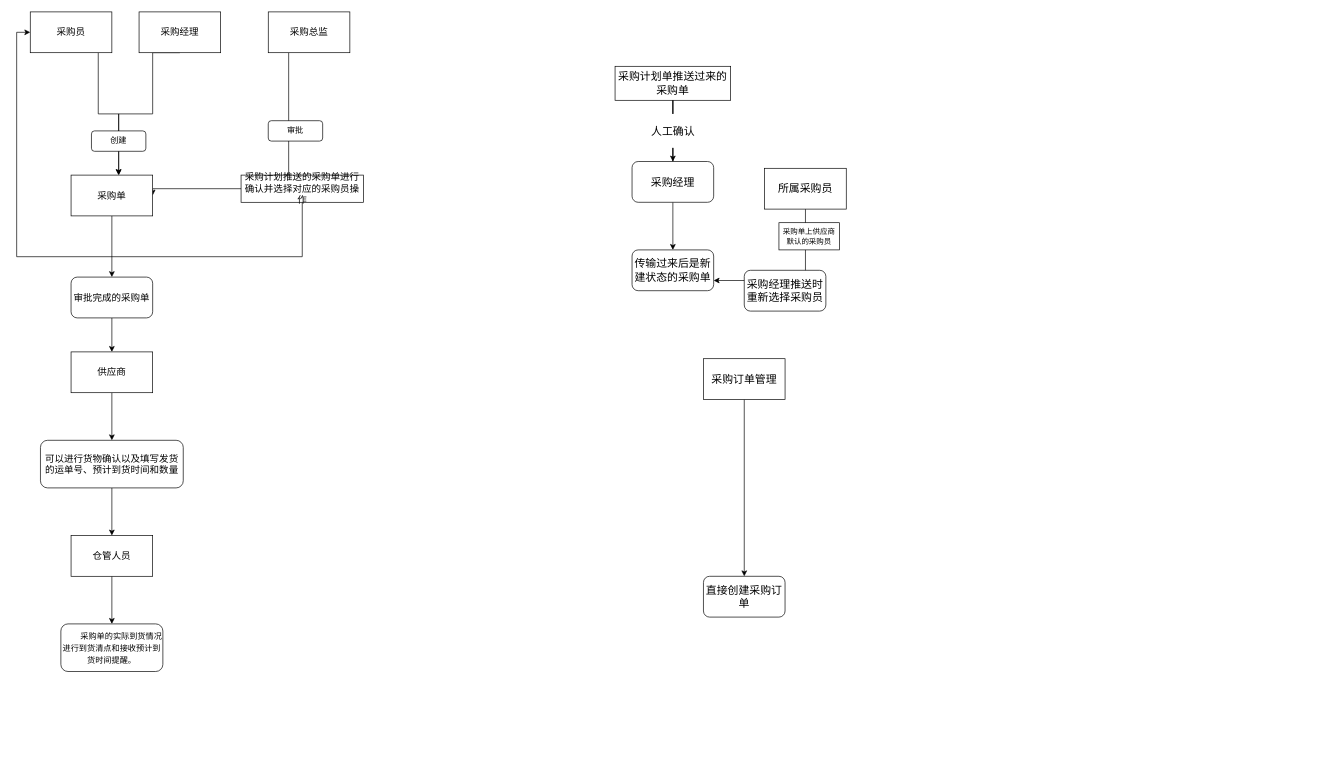
Above: 采购中心.drawio in luck1020/diagrams (draw.io), before the change. Source tidied: cells renumbered, new cells numbered last; positions are measured from the earlier drawing's top-left corner, leaving out a move shared by most shapes. Both pictures are drawn from the tidied source at 68%, with x=0, y=0 at pixel (16, 12).
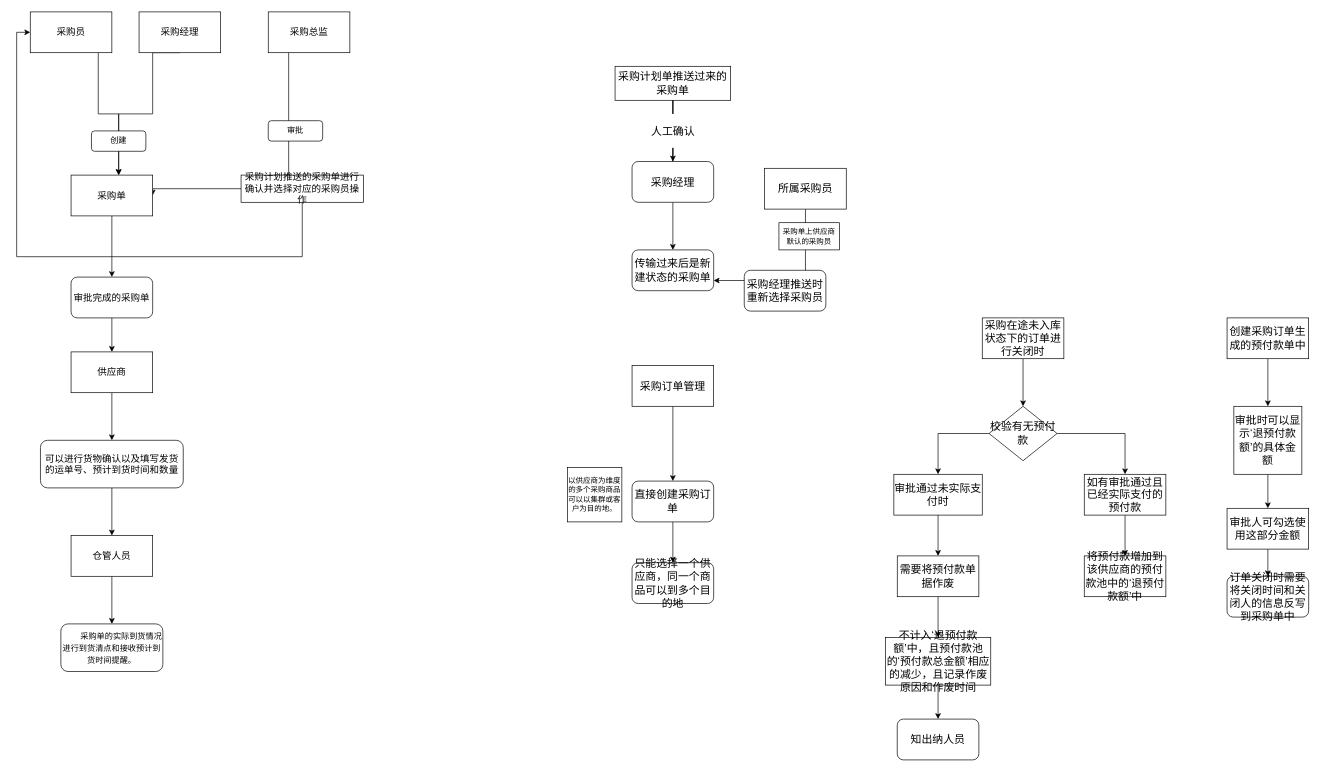
Above is the later version.

Commit message:
更新采购中心.drawio

The edit, as a diff of the source:
```diff
@@
     <mxCell id="35" value="&lt;p class=&quot;MsoNormal&quot;&gt;&lt;span style=&quot;mso-spacerun:'yes';font-family:宋体;font-size:12.0000pt;&lt;br/&gt;mso-font-kerning:1.0000pt;&quot;&gt;采购订单管理&lt;/span&gt;&lt;/p&gt;" style="rounded=0;whiteSpace=wrap;html=1;fontSize=11;" parent="1" vertex="1">
-      <mxGeometry x="1010" y="510" width="120" height="60" as="geometry" />
+      <mxGeometry x="905" y="520" width="120" height="60" as="geometry" />
     </mxCell>
+    <mxCell id="37" style="edgeStyle=orthogonalEdgeStyle;rounded=0;jettySize=auto;html=1;fontSize=11;" parent="1" edge="1" source="36" target="38">
+      <mxGeometry relative="1" as="geometry" />
+    </mxCell>
     <mxCell id="36" value="&lt;p class=&quot;MsoNormal&quot;&gt;&lt;span style=&quot;mso-spacerun:'yes';font-family:宋体;font-size:12.0000pt;&lt;br/&gt;mso-font-kerning:1.0000pt;&quot;&gt;直接创建采购订单&lt;/span&gt;&lt;/p&gt;" style="rounded=1;whiteSpace=wrap;html=1;fontSize=11;" parent="1" vertex="1">
-      <mxGeometry x="1010" y="830" width="120" height="60" as="geometry" />
+      <mxGeometry x="905" y="690" width="120" height="60" as="geometry" />
     </mxCell>
+    <mxCell id="38" value="&lt;p class=&quot;MsoNormal&quot;&gt;&lt;span style=&quot;mso-spacerun:'yes';font-family:宋体;font-size:12.0000pt;&lt;br/&gt;mso-font-kerning:1.0000pt;&quot;&gt;只能选择一个供应商，同一个商品可以到多个目的地&lt;/span&gt;&lt;/p&gt;" style="rounded=1;whiteSpace=wrap;html=1;fontSize=11;" parent="1" vertex="1">
+      <mxGeometry x="905" y="810" width="120" height="60" as="geometry" />
+    </mxCell>
+    <mxCell id="39" value="&lt;p class=&quot;MsoNormal&quot;&gt;&lt;span&gt;以供应商为维度的多个采购商品可以以集群或客户为目的地。&lt;/span&gt;&lt;span&gt;&lt;/span&gt;&lt;/p&gt;" style="whiteSpace=wrap;html=1;fontSize=11;" parent="1" vertex="1">
+      <mxGeometry x="810" y="670" width="80" height="80" as="geometry" />
+    </mxCell>
+    <mxCell id="40" style="edgeStyle=orthogonalEdgeStyle;rounded=0;jettySize=auto;html=1;fontSize=11;" parent="1" edge="1" source="41" target="44">
+      <mxGeometry relative="1" as="geometry" />
+    </mxCell>
+    <mxCell id="41" value="&lt;p class=&quot;MsoNormal&quot;&gt;&lt;span style=&quot;mso-spacerun:'yes';font-family:宋体;font-size:12.0000pt;&lt;br/&gt;mso-font-kerning:1.0000pt;&quot;&gt;采购在途未入库状态下的订单进行关闭时&lt;/span&gt;&lt;/p&gt;" style="rounded=0;whiteSpace=wrap;html=1;fontSize=11;" parent="1" vertex="1">
+      <mxGeometry x="1420" y="450" width="120" height="60" as="geometry" />
+    </mxCell>
+    <mxCell id="42" style="edgeStyle=orthogonalEdgeStyle;rounded=0;jettySize=auto;html=1;exitX=1;exitY=0.5;exitDx=0;exitDy=0;entryX=0.5;entryY=0;entryDx=0;entryDy=0;fontSize=11;" parent="1" edge="1" source="44" target="46">
+      <mxGeometry relative="1" as="geometry" />
+    </mxCell>
+    <mxCell id="43" style="edgeStyle=orthogonalEdgeStyle;rounded=0;jettySize=auto;html=1;entryX=0.5;entryY=0;entryDx=0;entryDy=0;fontSize=11;" parent="1" edge="1" source="44" target="49">
+      <mxGeometry relative="1" as="geometry" />
+    </mxCell>
+    <mxCell id="44" value="&lt;p class=&quot;MsoNormal&quot;&gt;&lt;span style=&quot;mso-spacerun:'yes';font-family:宋体;font-size:12.0000pt;&lt;br/&gt;mso-font-kerning:1.0000pt;&quot;&gt;校验有无预付款&lt;/span&gt;&lt;/p&gt;" style="rhombus;whiteSpace=wrap;html=1;fontSize=11;" parent="1" vertex="1">
+      <mxGeometry x="1430" y="580" width="100" height="80" as="geometry" />
+    </mxCell>
+    <mxCell id="45" style="edgeStyle=orthogonalEdgeStyle;rounded=0;jettySize=auto;html=1;fontSize=11;" parent="1" edge="1" source="46" target="47">
+      <mxGeometry relative="1" as="geometry" />
+    </mxCell>
+    <mxCell id="46" value="&lt;p class=&quot;MsoNormal&quot;&gt;&lt;span style=&quot;mso-spacerun:'yes';font-family:宋体;font-size:12.0000pt;&lt;br/&gt;mso-font-kerning:1.0000pt;&quot;&gt;如有&lt;/span&gt;&lt;span style=&quot;mso-spacerun:'yes';font-family:宋体;font-size:12.0000pt;&lt;br/&gt;mso-font-kerning:1.0000pt;&quot;&gt;审批通过且已经实际支付的&lt;/span&gt;&lt;span style=&quot;mso-spacerun:'yes';font-family:宋体;font-size:12.0000pt;&lt;br/&gt;mso-font-kerning:1.0000pt;&quot;&gt;预付款&lt;/span&gt;&lt;/p&gt;" style="rounded=0;whiteSpace=wrap;html=1;fontSize=11;" parent="1" vertex="1">
+      <mxGeometry x="1570" y="680" width="120" height="60" as="geometry" />
+    </mxCell>
+    <mxCell id="47" value="&lt;p class=&quot;MsoNormal&quot;&gt;&lt;span style=&quot;mso-spacerun:'yes';font-family:宋体;font-size:12.0000pt;&lt;br/&gt;mso-font-kerning:1.0000pt;&quot;&gt;&lt;font face=&quot;宋体&quot;&gt;将预付款增加到该供应商的预付款池中的&lt;/font&gt;&lt;font face=&quot;宋体&quot;&gt;‘退预付款额’中&lt;/font&gt;&lt;/span&gt;&lt;/p&gt;" style="rounded=0;whiteSpace=wrap;html=1;fontSize=11;" parent="1" vertex="1">
+      <mxGeometry x="1570" y="800" width="120" height="60" as="geometry" />
+    </mxCell>
+    <mxCell id="48" style="edgeStyle=orthogonalEdgeStyle;rounded=0;jettySize=auto;html=1;fontSize=11;" parent="1" edge="1" source="49" target="51">
+      <mxGeometry relative="1" as="geometry" />
+    </mxCell>
+    <mxCell id="49" value="&lt;p class=&quot;MsoNormal&quot;&gt;&lt;span style=&quot;mso-spacerun:'yes';font-family:宋体;font-size:12.0000pt;&lt;br/&gt;mso-font-kerning:1.0000pt;&quot;&gt;审批通过未实际支付时&lt;/span&gt;&lt;/p&gt;" style="rounded=0;whiteSpace=wrap;html=1;fontSize=11;" parent="1" vertex="1">
+      <mxGeometry x="1290" y="680" width="130" height="60" as="geometry" />
+    </mxCell>
+    <mxCell id="50" style="edgeStyle=orthogonalEdgeStyle;rounded=0;jettySize=auto;html=1;fontSize=11;" parent="1" edge="1" source="51" target="53">
+      <mxGeometry relative="1" as="geometry" />
+    </mxCell>
+    <mxCell id="51" value="&lt;p class=&quot;MsoNormal&quot;&gt;&lt;span style=&quot;mso-spacerun:'yes';font-family:宋体;font-size:12.0000pt;&lt;br/&gt;mso-font-kerning:1.0000pt;&quot;&gt;需要将预付款单据作废&lt;/span&gt;&lt;/p&gt;" style="rounded=0;whiteSpace=wrap;html=1;fontSize=11;" parent="1" vertex="1">
+      <mxGeometry x="1295" y="800" width="120" height="60" as="geometry" />
+    </mxCell>
+    <mxCell id="52" style="edgeStyle=orthogonalEdgeStyle;rounded=0;jettySize=auto;html=1;fontSize=11;" parent="1" edge="1" source="53" target="54">
+      <mxGeometry relative="1" as="geometry" />
+    </mxCell>
+    <mxCell id="53" value="&lt;p class=&quot;MsoNormal&quot;&gt;&lt;span style=&quot;mso-spacerun:'yes';font-family:宋体;font-size:12.0000pt;&lt;br/&gt;mso-font-kerning:1.0000pt;&quot;&gt;&lt;font face=&quot;宋体&quot;&gt;不计入&lt;/font&gt;&lt;font face=&quot;宋体&quot;&gt;‘退预付款额’中，且预付款池的‘预付款总金额’相应的减少，且记录作废原因和作废时间&lt;/font&gt;&lt;/span&gt;&lt;/p&gt;" style="rounded=0;whiteSpace=wrap;html=1;fontSize=11;" parent="1" vertex="1">
+      <mxGeometry x="1277.5" y="920" width="155" height="70" as="geometry" />
+    </mxCell>
+    <mxCell id="54" value="&lt;p class=&quot;MsoNormal&quot;&gt;&lt;span style=&quot;mso-spacerun:'yes';font-family:宋体;font-size:12.0000pt;&lt;br/&gt;mso-font-kerning:1.0000pt;&quot;&gt;知出纳人员&lt;/span&gt;&lt;/p&gt;" style="rounded=1;whiteSpace=wrap;html=1;fontSize=11;" parent="1" vertex="1">
+      <mxGeometry x="1295" y="1040" width="120" height="60" as="geometry" />
+    </mxCell>
+    <mxCell id="55" style="edgeStyle=orthogonalEdgeStyle;rounded=0;jettySize=auto;html=1;fontSize=11;" parent="1" edge="1" source="56" target="58">
+      <mxGeometry relative="1" as="geometry" />
+    </mxCell>
+    <mxCell id="56" value="&lt;p class=&quot;MsoNormal&quot;&gt;&lt;span style=&quot;mso-spacerun:'yes';font-family:宋体;font-size:12.0000pt;&#10;mso-font-kerning:1.0000pt;&quot;&gt;&lt;font face=&quot;宋体&quot;&gt;创建采购订单生成的预付款单中&lt;/font&gt;&lt;/span&gt;&lt;/p&gt;" style="rounded=0;whiteSpace=wrap;html=1;fontSize=11;" parent="1" vertex="1">
+      <mxGeometry x="1780" y="450" width="120" height="60" as="geometry" />
+    </mxCell>
+    <mxCell id="57" style="edgeStyle=orthogonalEdgeStyle;rounded=0;jettySize=auto;html=1;fontSize=11;" parent="1" edge="1" source="58" target="60">
+      <mxGeometry relative="1" as="geometry" />
+    </mxCell>
+    <mxCell id="58" value="&lt;p class=&quot;MsoNormal&quot;&gt;&lt;span style=&quot;mso-spacerun:'yes';font-family:宋体;font-size:12.0000pt;&lt;br/&gt;mso-font-kerning:1.0000pt;&quot;&gt;审批时可以显示&lt;/span&gt;&lt;span style=&quot;mso-spacerun:'yes';font-family:宋体;font-size:12.0000pt;&lt;br/&gt;mso-font-kerning:1.0000pt;&quot;&gt;‘退预付款额’&lt;/span&gt;&lt;span style=&quot;mso-spacerun:'yes';font-family:宋体;font-size:12.0000pt;&lt;br/&gt;mso-font-kerning:1.0000pt;&quot;&gt;的具体金额&lt;/span&gt;&lt;/p&gt;" style="whiteSpace=wrap;html=1;fontSize=11;" parent="1" vertex="1">
+      <mxGeometry x="1790" y="580" width="100" height="100" as="geometry" />
+    </mxCell>
+    <mxCell id="59" style="edgeStyle=orthogonalEdgeStyle;rounded=0;jettySize=auto;html=1;fontSize=11;" parent="1" edge="1" source="60" target="61">
+      <mxGeometry relative="1" as="geometry" />
+    </mxCell>
+    <mxCell id="60" value="&lt;p class=&quot;MsoNormal&quot;&gt;&lt;span style=&quot;mso-spacerun:'yes';font-family:宋体;font-size:12.0000pt;&lt;br/&gt;mso-font-kerning:1.0000pt;&quot;&gt;审批人可勾选使用这部分金额&lt;/span&gt;&lt;/p&gt;" style="rounded=0;whiteSpace=wrap;html=1;fontSize=11;" parent="1" vertex="1">
+      <mxGeometry x="1780" y="730" width="120" height="60" as="geometry" />
+    </mxCell>
+    <mxCell id="61" value="&lt;p class=&quot;MsoNormal&quot;&gt;&lt;span style=&quot;mso-spacerun:'yes';font-family:宋体;font-size:12.0000pt;&lt;br/&gt;mso-font-kerning:1.0000pt;&quot;&gt;订单关闭时需要将关闭时间和关闭人的信息反写到采购单中&lt;/span&gt;&lt;/p&gt;" style="rounded=1;whiteSpace=wrap;html=1;fontSize=11;" parent="1" vertex="1">
+      <mxGeometry x="1780" y="830" width="120" height="60" as="geometry" />
+    </mxCell>
```
